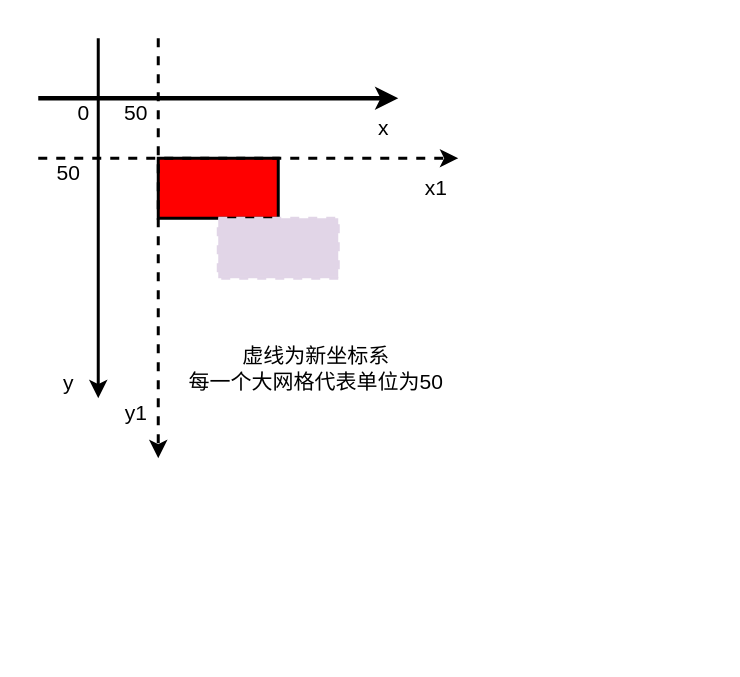
nashaofu/talk-is-cheap-show-me-the-code keeps this draw.io diagram as 从零实现一个简单的二维渲染引擎/平移坐标系.drawio. Above is the earlier version. Source tidied: cells renumbered, new cells numbered last; positions are measured from the earlier drawing's top-left corner, leaving out a move shared by most shapes. Both pictures are drawn from the tidied source at 150%, with x=0, y=0 at pixel (38, 38).
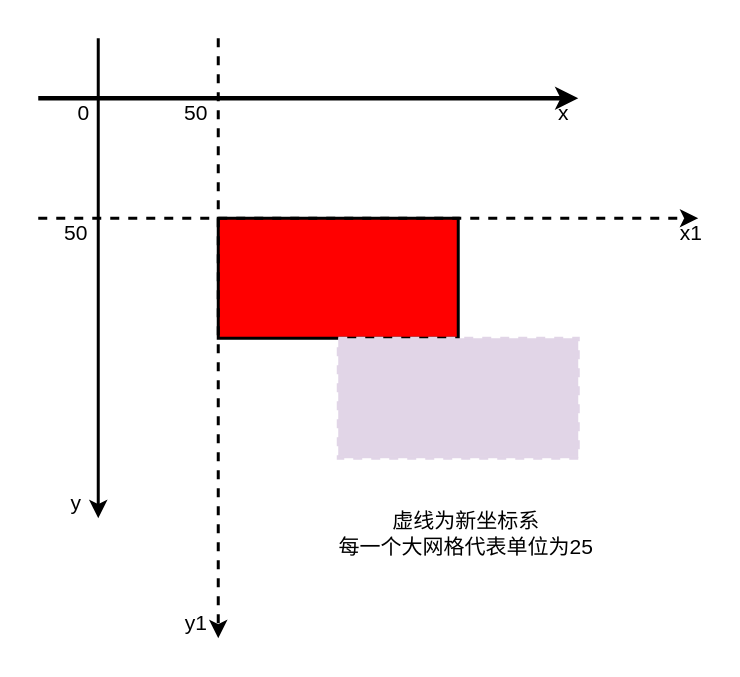
The same page after the edit.

Change to the diagram source:
```diff
@@
 <mxGraphModel>
   <root>
     <mxCell id="0" />
     <mxCell id="1" parent="0" />
     <mxCell id="2" style="endArrow=classic;html=1;strokeWidth=2;" parent="1" edge="1">
       <mxGeometry relative="1" as="geometry">
         <mxPoint x="40" as="sourcePoint" />
-        <mxPoint x="40" y="240" as="targetPoint" />
+        <mxPoint x="40" y="320" as="targetPoint" />
       </mxGeometry>
     </mxCell>
     <mxCell id="3" style="endArrow=classic;html=1;strokeWidth=3;" parent="1" edge="1">
       <mxGeometry relative="1" as="geometry">
         <mxPoint y="40" as="sourcePoint" />
-        <mxPoint x="240" y="40" as="targetPoint" />
+        <mxPoint x="360" y="40" as="targetPoint" />
       </mxGeometry>
     </mxCell>
     <mxCell id="4" value="&lt;font style=&quot;font-size: 14px&quot;&gt;x&lt;/font&gt;" style="text;html=1;align=center;verticalAlign=middle;" parent="1" vertex="1">
-      <mxGeometry x="220" y="50" width="20" height="20" as="geometry" />
+      <mxGeometry x="340" y="40" width="20" height="20" as="geometry" />
     </mxCell>
     <mxCell id="5" value="&lt;font style=&quot;font-size: 14px&quot;&gt;y&lt;/font&gt;" style="text;html=1;align=center;verticalAlign=middle;" parent="1" vertex="1">
-      <mxGeometry x="10" y="220" width="20" height="20" as="geometry" />
+      <mxGeometry x="15" y="300" width="20" height="20" as="geometry" />
     </mxCell>
     <mxCell id="6" style="rounded=0;whiteSpace=wrap;html=1;strokeWidth=2;fillColor=#FF0000;" parent="1" vertex="1">
-      <mxGeometry x="80" y="80" width="80" height="40" as="geometry" />
+      <mxGeometry x="120" y="120" width="160" height="80" as="geometry" />
     </mxCell>
     <mxCell id="7" style="endArrow=classic;html=1;strokeWidth=2;dashed=1;" parent="1" edge="1">
       <mxGeometry relative="1" as="geometry">
-        <mxPoint x="80" as="sourcePoint" />
-        <mxPoint x="80" y="280" as="targetPoint" />
+        <mxPoint x="120" as="sourcePoint" />
+        <mxPoint x="120" y="400" as="targetPoint" />
       </mxGeometry>
     </mxCell>
     <mxCell id="8" style="endArrow=classic;html=1;dashed=1;strokeWidth=2;" parent="1" edge="1">
       <mxGeometry relative="1" as="geometry">
-        <mxPoint y="80" as="sourcePoint" />
-        <mxPoint x="280" y="80" as="targetPoint" />
+        <mxPoint y="120" as="sourcePoint" />
+        <mxPoint x="440" y="120" as="targetPoint" />
       </mxGeometry>
     </mxCell>
     <mxCell id="9" value="&lt;font style=&quot;font-size: 14px&quot;&gt;x1&lt;/font&gt;" style="text;html=1;align=center;verticalAlign=middle;" parent="1" vertex="1">
-      <mxGeometry x="250" y="90" width="30" height="20" as="geometry" />
+      <mxGeometry x="420" y="120" width="30" height="20" as="geometry" />
     </mxCell>
     <mxCell id="10" value="&lt;font style=&quot;font-size: 14px&quot;&gt;y1&lt;/font&gt;" style="text;html=1;align=center;verticalAlign=middle;" parent="1" vertex="1">
-      <mxGeometry x="50" y="240" width="30" height="20" as="geometry" />
+      <mxGeometry x="90" y="380" width="30" height="20" as="geometry" />
     </mxCell>
     <mxCell id="11" style="rounded=0;whiteSpace=wrap;html=1;dashed=1;strokeWidth=2;strokeColor=#E1D5E7;fillColor=#E1D5E7;" parent="1" vertex="1">
-      <mxGeometry x="120" y="120" width="80" height="40" as="geometry" />
+      <mxGeometry x="200" y="200" width="160" height="80" as="geometry" />
     </mxCell>
     <mxCell id="12" value="&lt;font style=&quot;font-size: 14px&quot;&gt;0&lt;/font&gt;" style="text;html=1;align=center;verticalAlign=middle;" parent="1" vertex="1">
       <mxGeometry x="20" y="40" width="20" height="20" as="geometry" />
     </mxCell>
-    <mxCell id="13" value="&lt;font style=&quot;font-size: 14px&quot;&gt;虚线为新坐标系&lt;br&gt;每一个大网格代表单位为50&lt;br&gt;&lt;/font&gt;" style="text;html=1;align=center;verticalAlign=middle;" parent="1" vertex="1">
-      <mxGeometry x="90" y="200" width="190" height="40" as="geometry" />
+    <mxCell id="13" value="&lt;font style=&quot;font-size: 14px&quot;&gt;虚线为新坐标系&lt;br&gt;每一个大网格代表单位为25&lt;br&gt;&lt;/font&gt;" style="text;html=1;align=center;verticalAlign=middle;" parent="1" vertex="1">
+      <mxGeometry x="190" y="315" width="190" height="30" as="geometry" />
     </mxCell>
     <mxCell id="14" value="&lt;font style=&quot;font-size: 14px&quot;&gt;50&lt;/font&gt;" style="text;html=1;align=center;verticalAlign=middle;" parent="1" vertex="1">
-      <mxGeometry x="50" y="40" width="30" height="20" as="geometry" />
+      <mxGeometry x="90" y="40" width="30" height="20" as="geometry" />
     </mxCell>
     <mxCell id="15" value="&lt;font style=&quot;font-size: 14px&quot;&gt;50&lt;/font&gt;" style="text;html=1;align=center;verticalAlign=middle;" parent="1" vertex="1">
-      <mxGeometry x="5" y="80" width="30" height="20" as="geometry" />
+      <mxGeometry x="10" y="120" width="30" height="20" as="geometry" />
     </mxCell>
   </root>
 </mxGraphModel>
```
